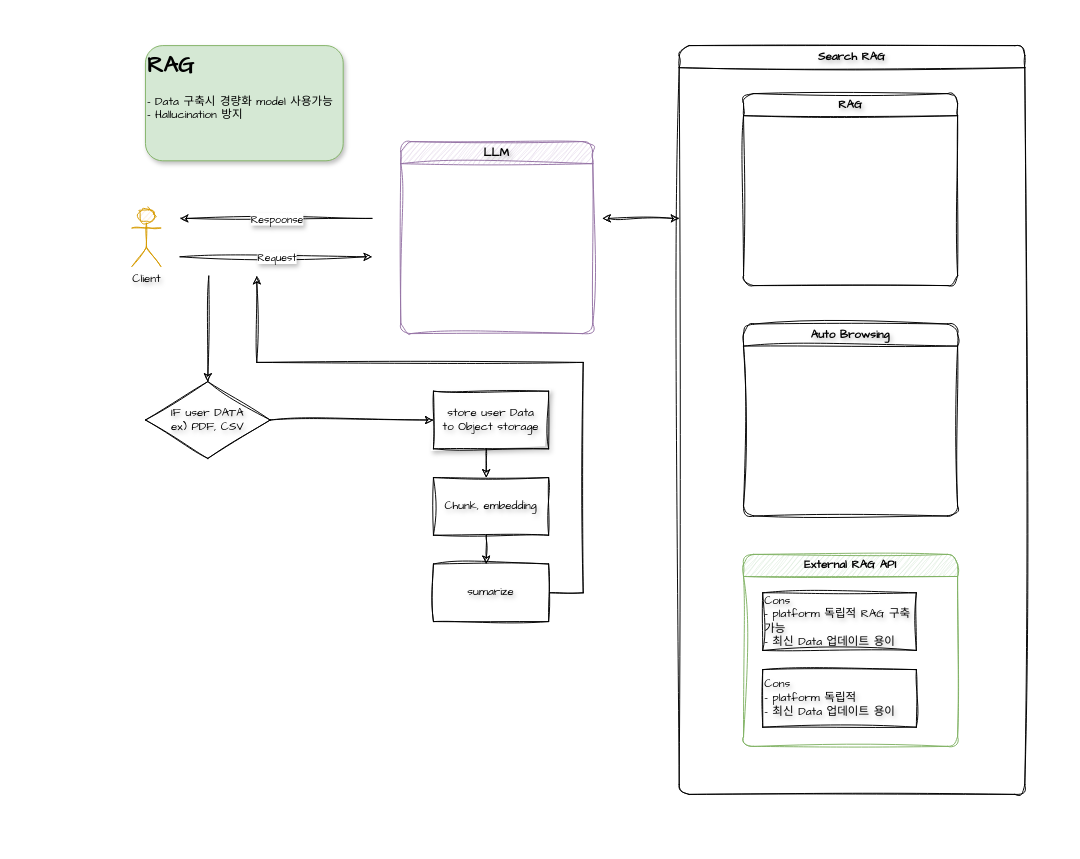
This is llm-rag.drawio from angelinurs/drawio, a draw.io file, before an edit. Source tidied: cells renumbered, new cells numbered last; positions are measured from the earlier drawing's top-left corner, leaving out a move shared by most shapes. Both pictures are drawn from the tidied source at 96%, with x=0, y=0 at pixel (132, 45).
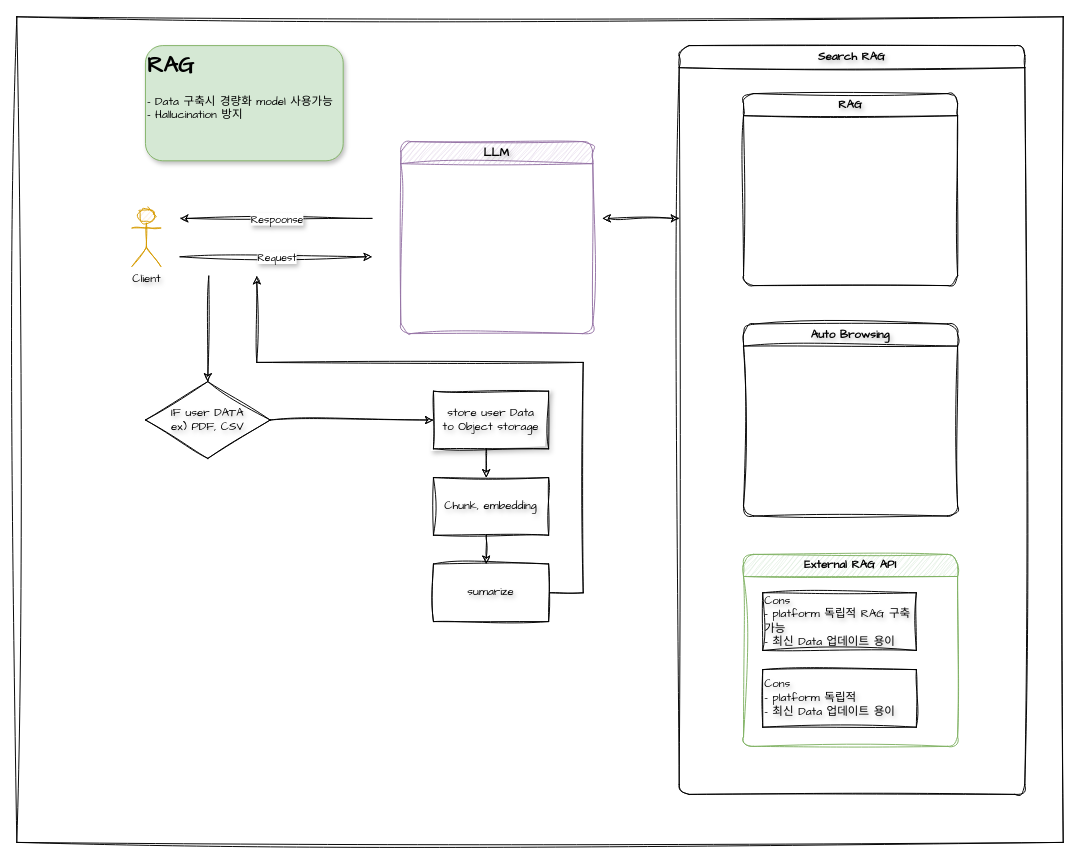
After the change.

Commit message:
append: llm-rag

The edit, as a diff of the source:
```diff
@@
+    <mxCell id="25" style="swimlane;startSize=0;sketch=1;hachureGap=4;jiggle=2;curveFitting=1;fontFamily=Architects Daughter;" parent="1" vertex="1">
+      <mxGeometry x="-120" y="-30" width="1090" height="860" as="geometry" />
+    </mxCell>
```
